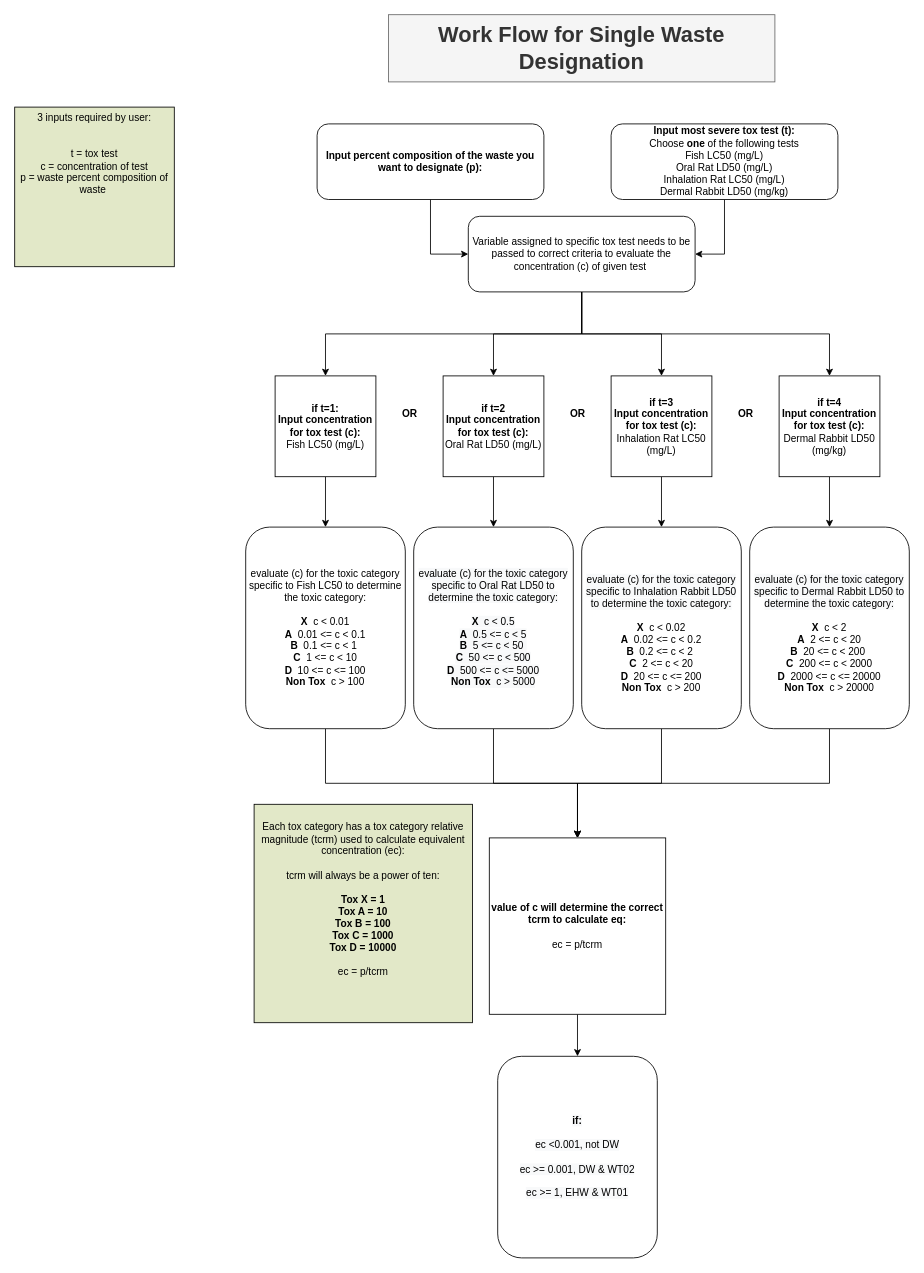
Before: Untitled Diagram.drawio in PhoenixTagal/Haku, a draw.io diagram. Source tidied: cells renumbered, new cells numbered last; positions are measured from the earlier drawing's top-left corner, leaving out a move shared by most shapes. Both pictures are drawn from the tidied source at 84%, with x=0, y=0 at pixel (14, 14).
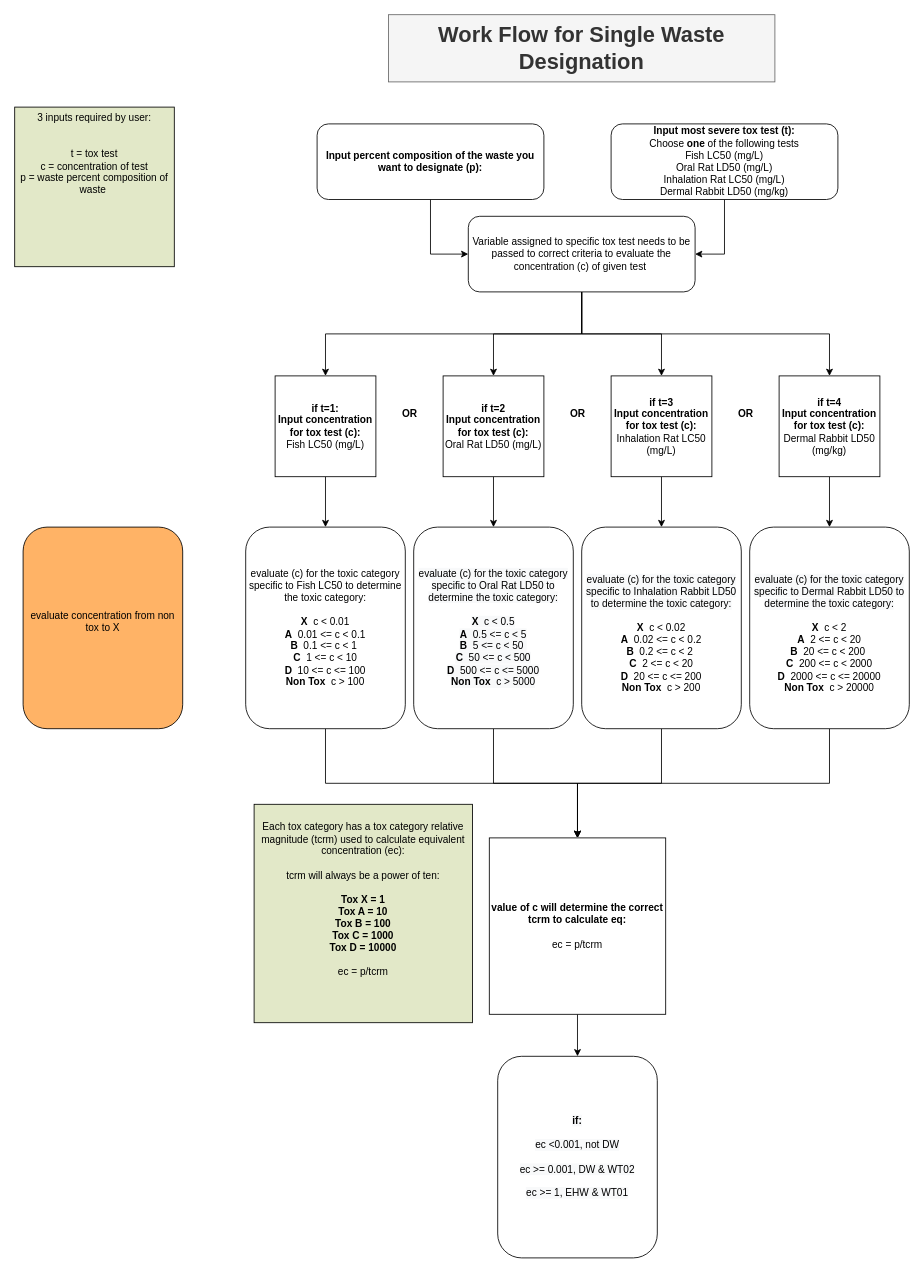
The same diagram, later.

The edit, as a diff of the source:
```diff
@@
+    <mxCell id="36" value="evaluate concentration from non tox to X&lt;br&gt;&lt;br&gt;" style="rounded=1;whiteSpace=wrap;html=1;fillColor=#FFB366;" parent="1" vertex="1">
+      <mxGeometry x="10" y="610" width="190" height="240" as="geometry" />
+    </mxCell>
```
